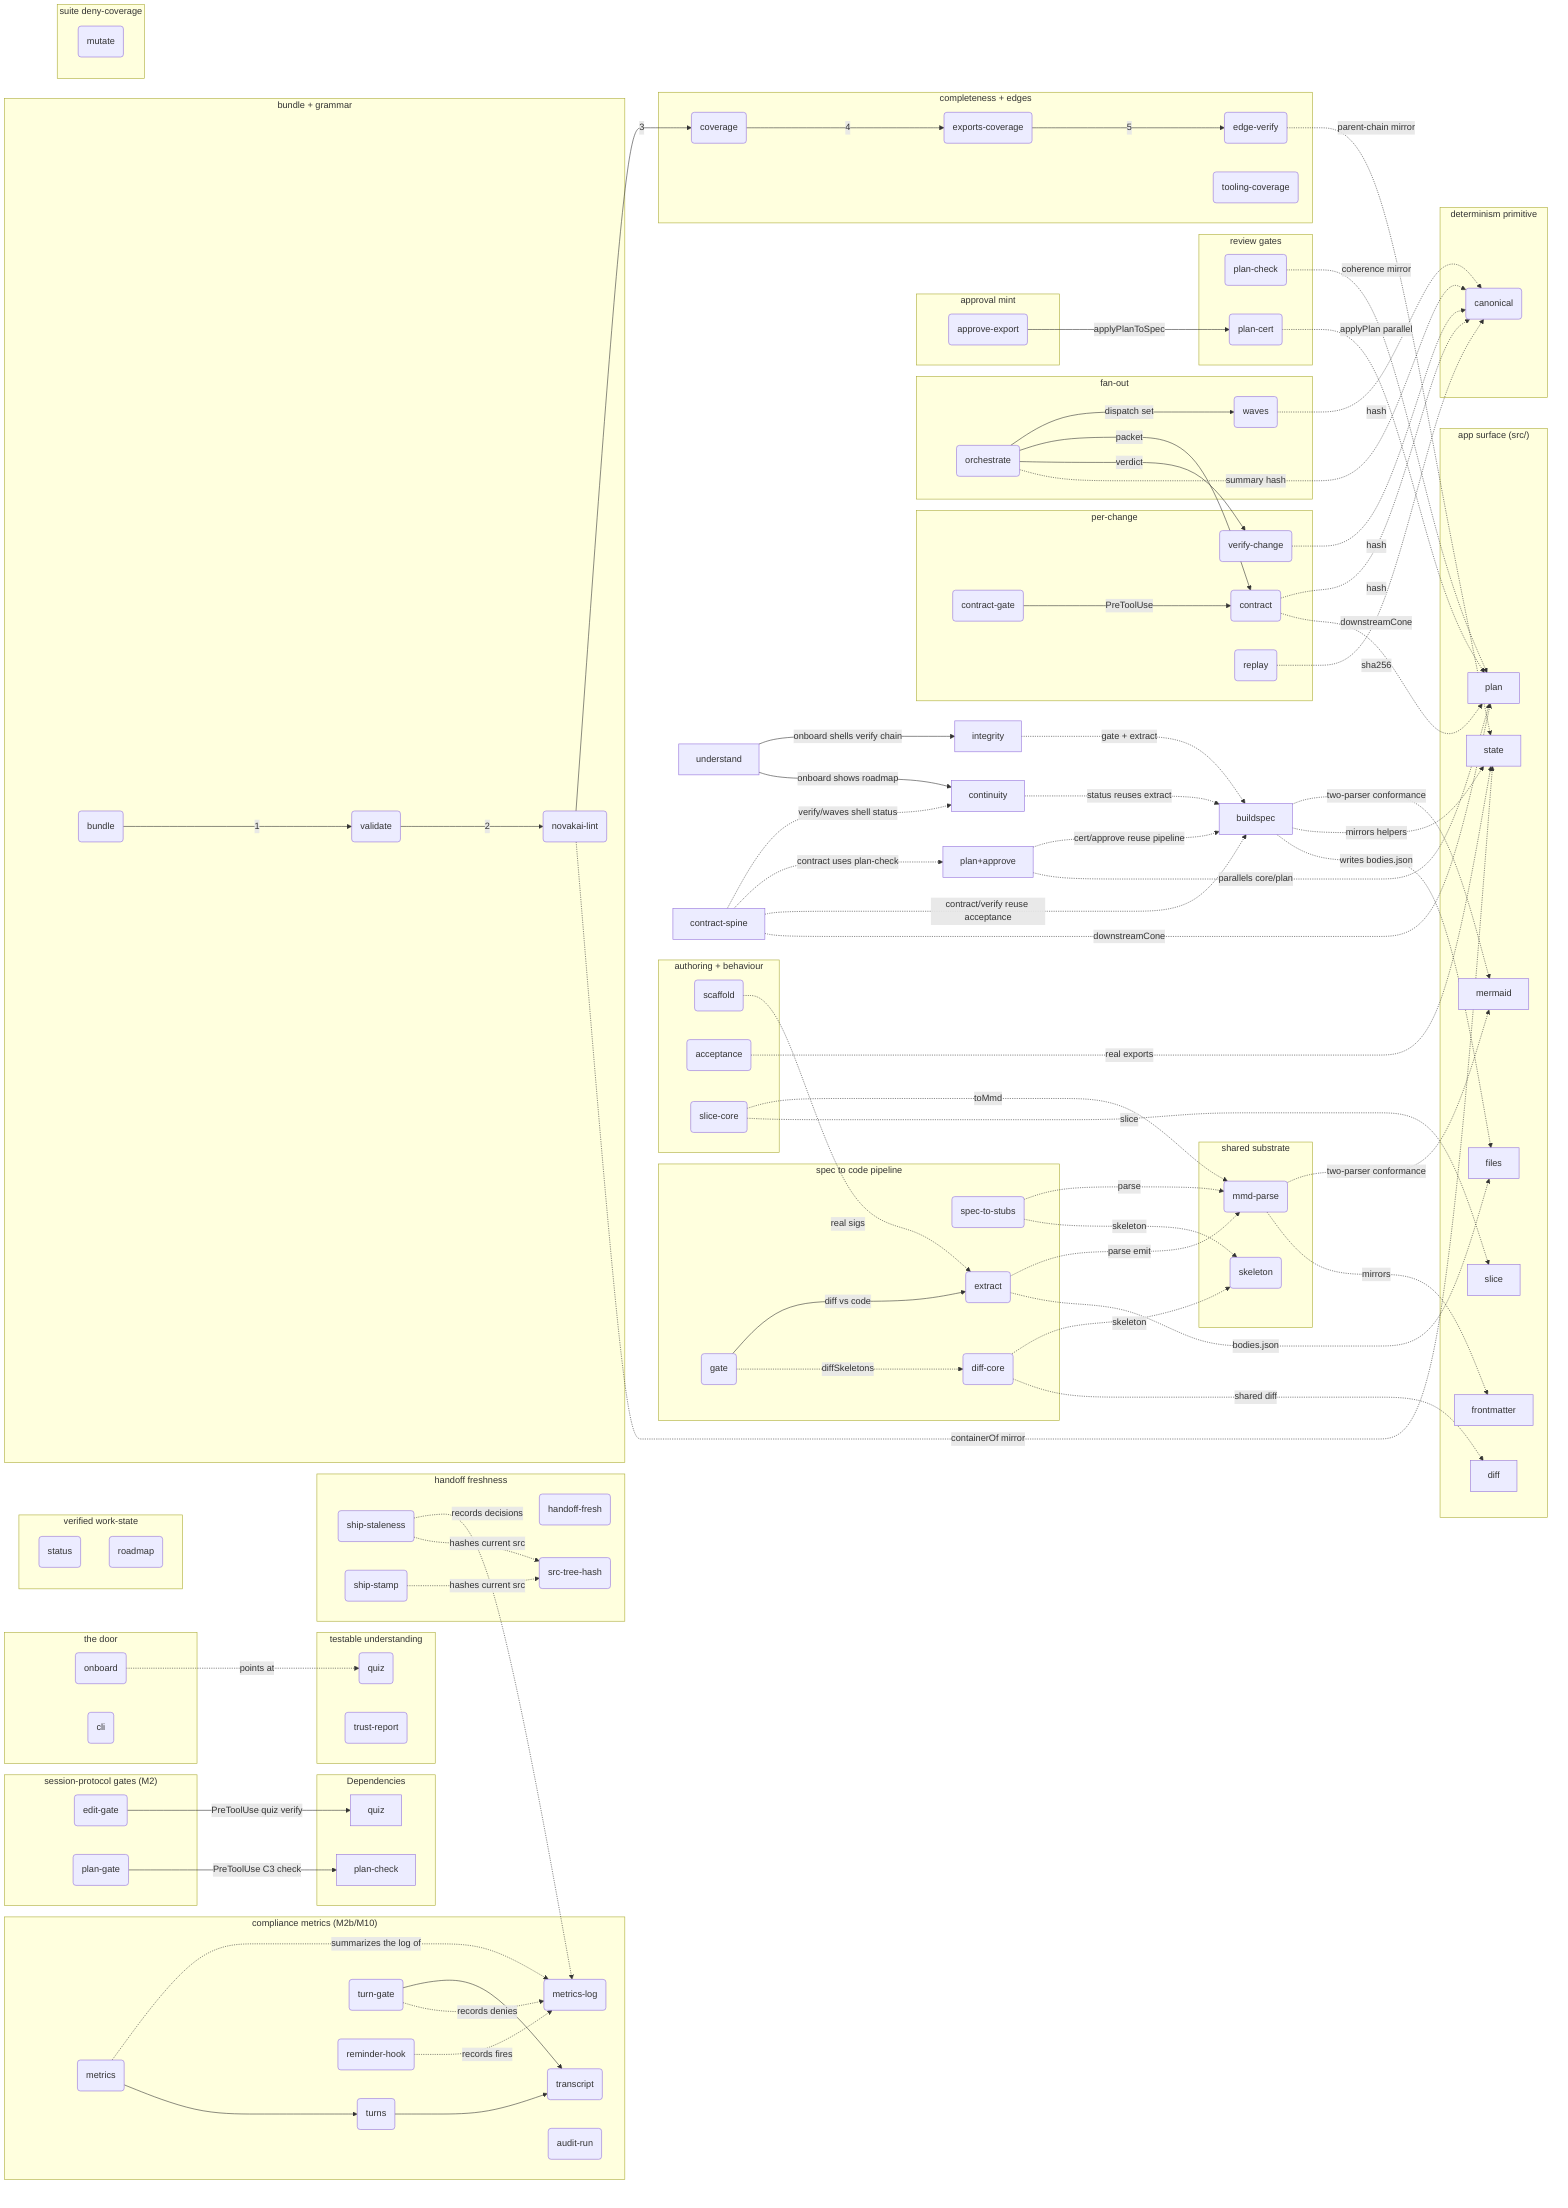
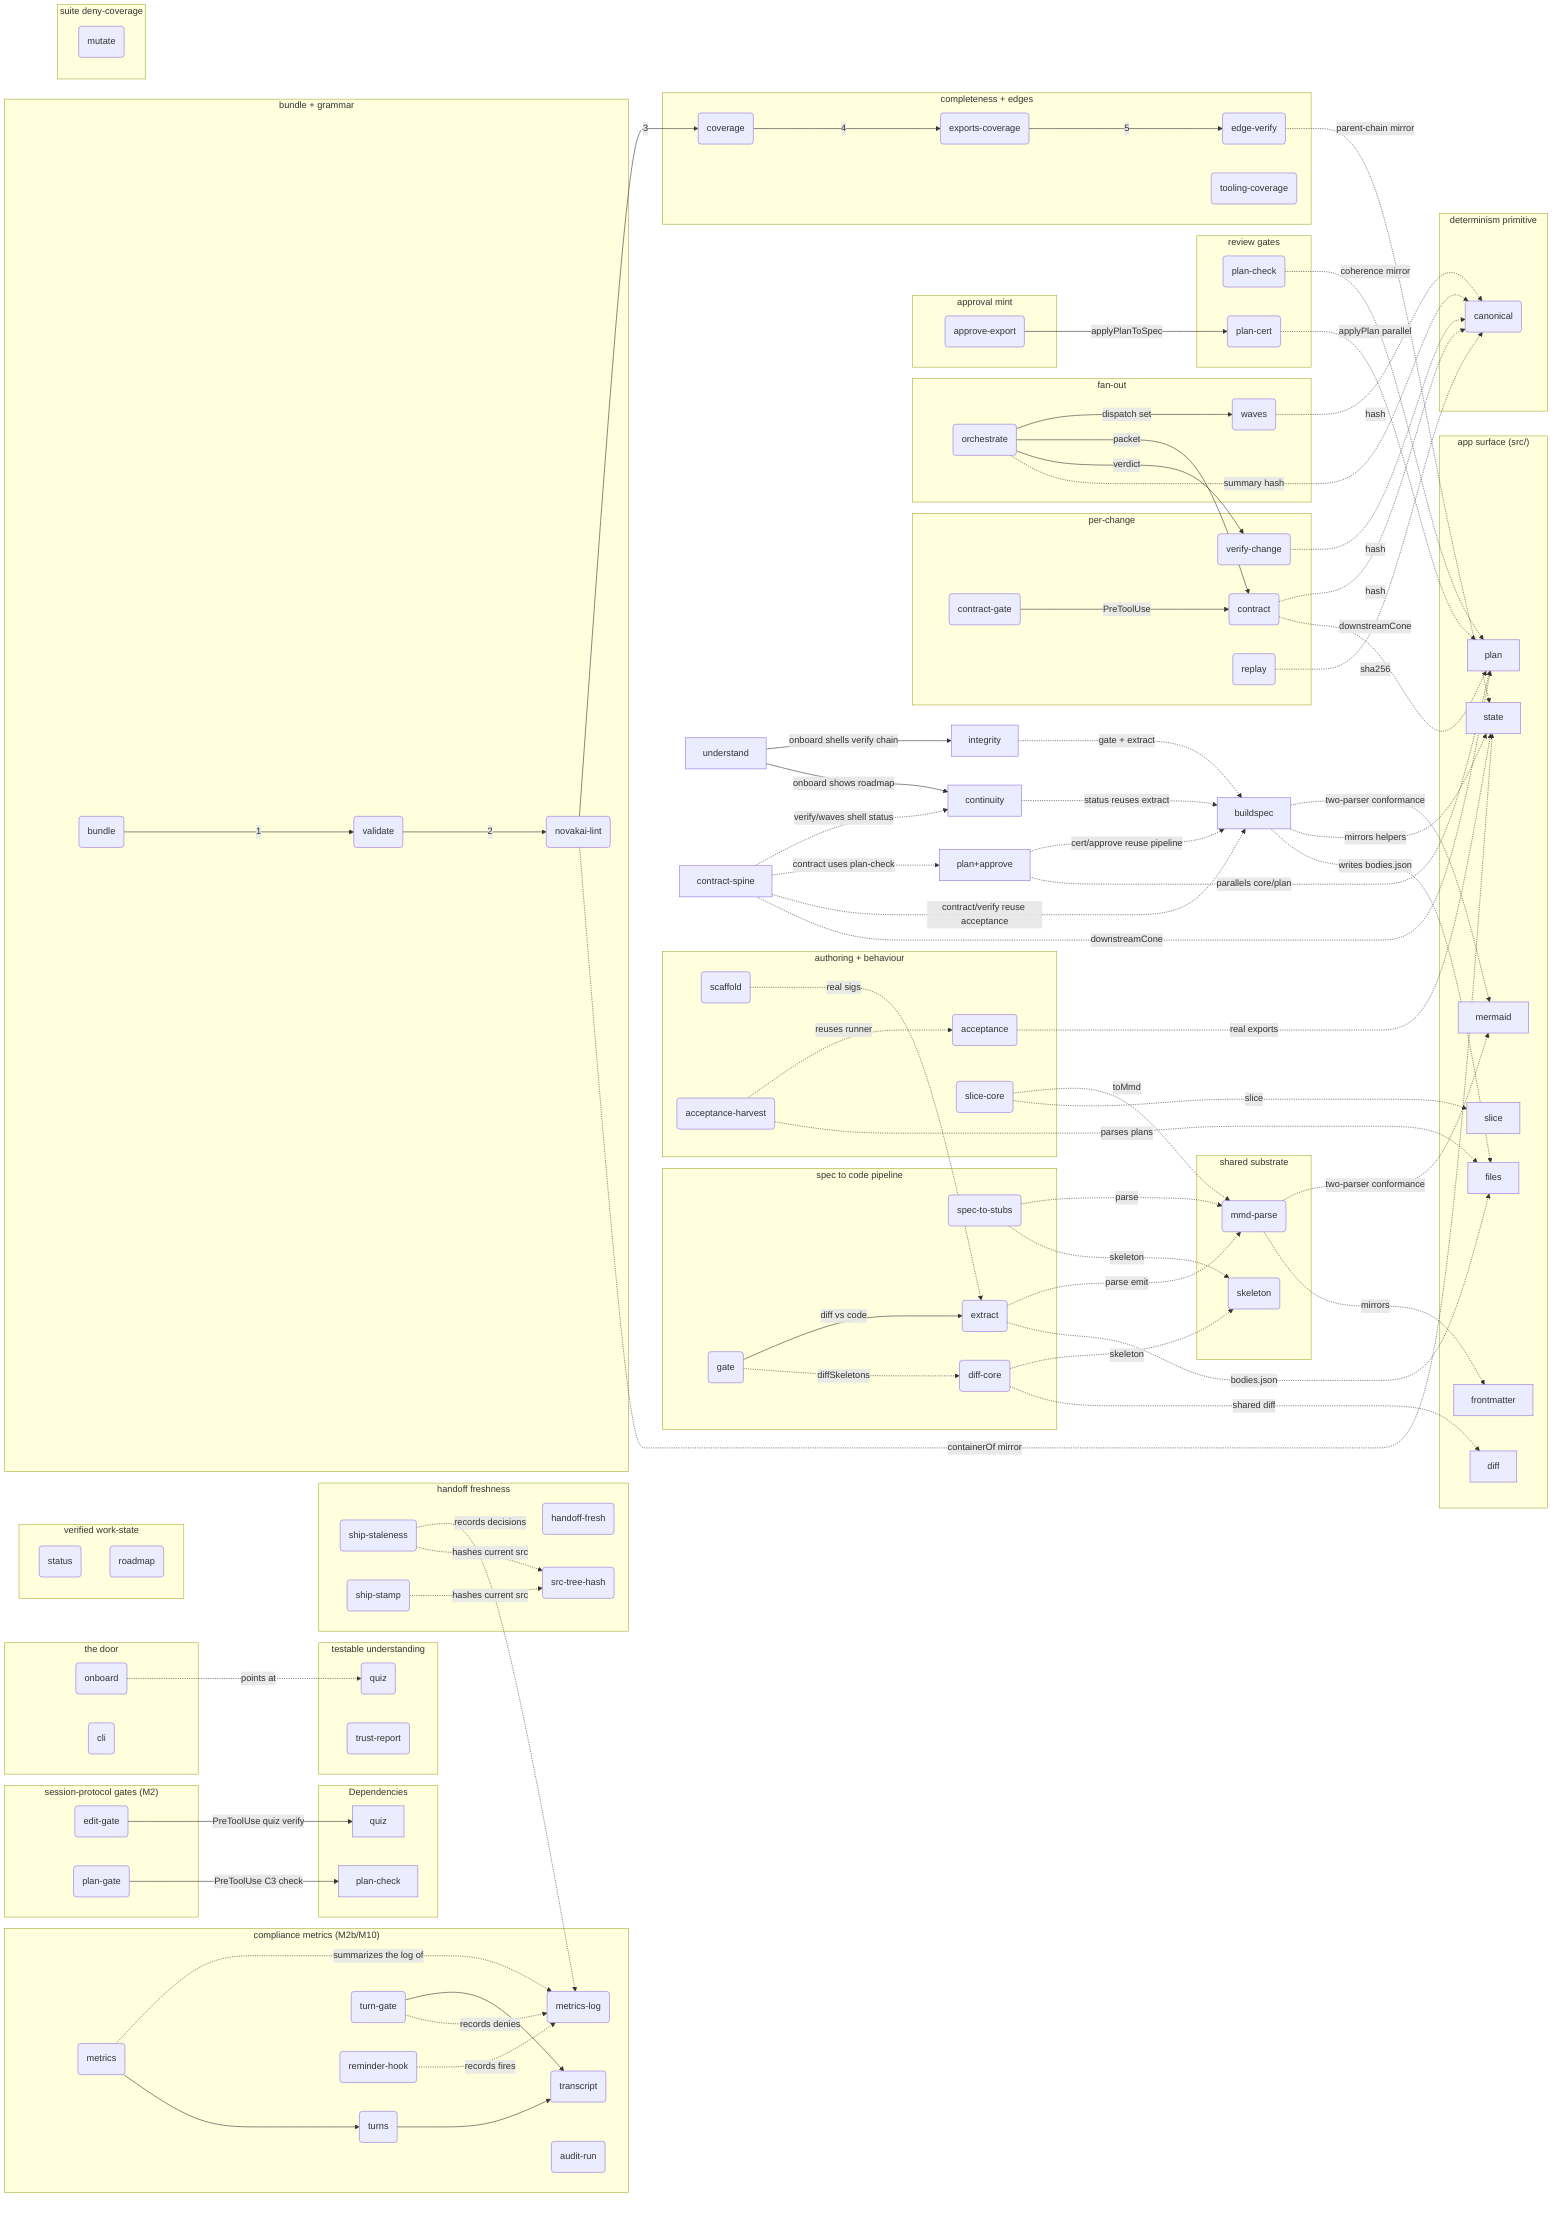
flowchart LR
%% AUTO-GENERATED BUNDLE — do not edit. Edit the per-folder fragments and re-bundle.
%% root novakaiBuildspec

%% fm:meta mermaid name=mermaid
%% fm:meta mermaid desc=app serializer/parser the tooling parser must agree with (two-parser conformance A3)
%% fm:meta frontmatter name=frontmatter
%% fm:meta frontmatter desc=app frontmatter model the tooling parser and skeleton mirror
%% fm:meta state name=state
%% fm:meta state desc=app model and geometry helpers the tooling mirrors and runs acceptance cases against
%% fm:meta files name=files
%% fm:meta files desc=app file IO that consumes the bodies.json the extractor writes
%% fm:meta diff name=diff
%% fm:meta diff desc=app semantic diff whose engine the tooling diff-core shares
%% fm:meta slice name=slice
%% fm:meta slice desc=app neighbourhood slice whose engine the tooling slice-core mirrors
%% fm:meta plan name=plan
%% fm:meta plan desc=app plan overlay model the tooling plan/cert/contract tools parallel and route into
%% fm:meta novakaiBuildspec__mmdParse name=mmd-parse
%% fm:meta novakaiBuildspec__mmdParse desc=zero-dep parser and serializer for the .mmd dialect every tool imports
%% fm:meta novakaiBuildspec__skeleton name=skeleton
%% fm:meta novakaiBuildspec__skeleton desc=canonical contract skeleton of a node plus all type normalization
%% fm:meta novakaiBuildspec__specToStubs name=spec-to-stubs
%% fm:meta novakaiBuildspec__specToStubs desc=step 1 emit TS stubs and contracts so interface drift becomes a tsc error
%% fm:meta novakaiBuildspec__extract name=extract
%% fm:meta novakaiBuildspec__extract desc=step 2 ts-morph walks src and re-serializes real code into a map plus bodies.json
%% fm:meta novakaiBuildspec__diffCore name=diff-core
%% fm:meta novakaiBuildspec__diffCore desc=pure structural diff between two skeleton maps categorizing every mismatch
%% fm:meta novakaiBuildspec__gate name=gate
%% fm:meta novakaiBuildspec__gate desc=step 3 diff committed spec against extracted code and exit non-zero on drift
%% fm:meta novakaiBuildspec__scaffold name=scaffold
%% fm:meta novakaiBuildspec__scaffold desc=author aid init backfill signatures and append plan nodes to fragments
%% fm:meta novakaiBuildspec__acceptance name=acceptance
%% fm:meta novakaiBuildspec__acceptance desc=Keystone 2 run behavioural cases against real src exports to prove correctness
+ %% fm:meta novakaiBuildspec__acceptanceHarvest name=acceptance-harvest
+ %% fm:meta novakaiBuildspec__acceptanceHarvest desc=J1 append-only corpus harvesting completed plans' acceptance cases into a durable behavioural regression net
%% fm:meta novakaiBuildspec__sliceCore name=slice-core
%% fm:meta novakaiBuildspec__sliceCore desc=pure model slicer reducing a parsed map to a seed node neighbourhood
%% fm:meta novakaiContractSpine__canonical name=canonical
%% fm:meta novakaiContractSpine__canonical desc=the determinism primitive key sorted JSON and sha256 so equality is a hash compare
%% fm:meta novakaiContractSpine__contract name=contract
%% fm:meta novakaiContractSpine__contract desc=emit a byte deterministic per change packet by routing blast radius source and coherence
%% fm:meta novakaiContractSpine__contractGate name=contract-gate
%% fm:meta novakaiContractSpine__contractGate desc=PreToolUse hook deny a spawn carrying a contract sentinel unless the contract resolves clean
%% fm:meta novakaiContractSpine__editGate name=edit-gate
%% fm:meta novakaiContractSpine__editGate desc=PreToolUse hook deny a src edit unless a quiz pass verifies against the current map bytes
%% fm:meta novakaiContractSpine__planGate name=plan-gate
%% fm:meta novakaiContractSpine__planGate desc=PreToolUse hook deny ExitPlanMode while the named or in flight plan fails coherence
%% fm:meta novakaiContractSpine__verifyChange name=verify-change
%% fm:meta novakaiContractSpine__verifyChange desc=fold structural and behavioural results into a data only verdict strict refuses over trust
%% fm:meta novakaiContractSpine__replay name=replay
%% fm:meta novakaiContractSpine__replay desc=determinism harness run a command N times and assert one stdout hash
%% fm:meta novakaiContractSpine__waves name=waves
%% fm:meta novakaiContractSpine__waves desc=topological wave partition of unbuilt changes with cycle detection for parallel dispatch
%% fm:meta novakaiContractSpine__orchestrate name=orchestrate
%% fm:meta novakaiContractSpine__orchestrate desc=the driver waves to per change worktree plus contract to verdict to canonical summary
%% fm:meta novakaiUnderstand__onboard name=onboard
%% fm:meta novakaiUnderstand__onboard desc=the single verifiable door shell the verify chain emit invariants print quiz and roadmap
%% fm:meta novakaiUnderstand__quiz name=quiz
%% fm:meta novakaiUnderstand__quiz desc=Keystone 1 generate structural questions and score answers against live re-derived keys
%% fm:meta novakaiUnderstand__trust name=trust-report
%% fm:meta novakaiUnderstand__trust desc=tier every claim verified advisory or unverified so readers know what is enforced
%% fm:meta novakaiUnderstand__cli name=cli
%% fm:meta novakaiUnderstand__cli desc=thin human dispatcher shelling verbs onboard plan contract verify ship status help to the existing npm scripts
%% fm:meta novakaiPlanApprove__planCheck name=plan-check
%% fm:meta novakaiPlanApprove__planCheck desc=C3 authoring coherence real ids acyclic deps valid parents coherent accepted set
%% fm:meta novakaiPlanApprove__planCert name=plan-cert
%% fm:meta novakaiPlanApprove__planCert desc=C2 dry-run certificate apply the plan and run generate tsc extract gate as a delta
%% fm:meta novakaiPlanApprove__approve name=approve-export
%% fm:meta novakaiPlanApprove__approve desc=E1 mint write approved map contracts filtered plan and checklist
%% fm:meta novakaiContinuity__status name=status
%% fm:meta novakaiContinuity__status desc=verified work-state compare a plan proposed signatures against live code built pending drifted missing
%% fm:meta novakaiContinuity__roadmap name=roadmap
%% fm:meta novakaiContinuity__roadmap desc=compute roadmap phase status from predicates and audit the no prose status ban
%% fm:meta novakaiContinuity__handoff name=handoff-fresh
%% fm:meta novakaiContinuity__handoff desc=detect when the handoff lags commits and falsify not yet committed prose claims
%% fm:meta novakaiContinuity__shipStaleness name=ship-staleness
%% fm:meta novakaiContinuity__shipStaleness desc=Stop hook block a session end while src content hash differs from the last recorded ship stamp
%% fm:meta novakaiContinuity__shipStamp name=ship-stamp
%% fm:meta novakaiContinuity__shipStamp desc=last step of novakai ship record the current src content hash to docs novakai ship-stamp.json
%% fm:meta novakaiContinuity__srcTreeHash name=src-tree-hash
%% fm:meta novakaiContinuity__srcTreeHash desc=git plumbing content hash of a directory working tree scratch index add write-tree no timestamps
%% fm:meta novakaiContinuity__metrics name=metrics
%% fm:meta novakaiContinuity__metrics desc=M2b summarize the compliance log into rates quiz gate ship cert unproven and wrap ship runs transparently
%% fm:meta novakaiContinuity__metricsLog name=metrics-log
%% fm:meta novakaiContinuity__metricsLog desc=fail silent JSONL emitter the gates quiz and verdict tools import logging may never change a decision
%% fm:meta novakaiContinuity__turns name=turns
%% fm:meta novakaiContinuity__turns desc=M10 measure turn discipline batch ratio cache read tokens subagent tokens tokens to first src edit over session transcripts
%% fm:meta novakaiContinuity__transcriptLib name=transcript
%% fm:meta novakaiContinuity__transcriptLib desc=shared Claude Code transcript parser dedupe assistant API calls by message id merge usage accumulate tool uses
%% fm:meta novakaiContinuity__turnGate name=turn-gate
%% fm:meta novakaiContinuity__turnGate desc=M10 force PreToolUse gate denies a streak of four or more consecutive single-read turns fails open on unreadable input one free retry marker
%% fm:meta novakaiContinuity__auditRun name=audit-run
%% fm:meta novakaiContinuity__auditRun desc=M10 read only forensic reconstruction of what ran in a session from immutable jsonl transcripts report only reconciliation against a run manifest never flips the exit code
%% fm:meta novakaiContinuity__reminderHook name=reminder-hook
%% fm:meta novakaiContinuity__reminderHook desc=PreToolUse hook throttled advisory reminder injection into main-agent context fail-open never emits decision or permissionDecision
%% fm:meta novakaiIntegrity__bundle name=bundle
%% fm:meta novakaiIntegrity__bundle desc=merge root plus every fragment into one bundle namespacing private ids
%% fm:meta novakaiIntegrity__validate name=validate
%% fm:meta novakaiIntegrity__validate desc=grammar gate one header unique ids every reference resolves one kind per node
%% fm:meta novakaiIntegrity__lint name=novakai-lint
%% fm:meta novakaiIntegrity__lint desc=architecture altitude gate fail on flat file-mirror or unsectioned loose bag
%% fm:meta novakaiIntegrity__coverage name=coverage
%% fm:meta novakaiIntegrity__coverage desc=file completeness guard every source file is represented or has a fragment
%% fm:meta novakaiIntegrity__exports name=exports-coverage
%% fm:meta novakaiIntegrity__exports desc=symbol completeness guard every exported symbol is a node or audited entry
%% fm:meta novakaiIntegrity__edges name=edge-verify
%% fm:meta novakaiIntegrity__edges desc=edge integrity guard every edge is import backed intra file or audited advisory
%% fm:meta novakaiIntegrity__toolingCoverage name=tooling-coverage
%% fm:meta novakaiIntegrity__toolingCoverage desc=completeness plus symbol truth guard for the tooling map itself
%% fm:meta novakaiIntegrity__mutate name=mutate
%% fm:meta novakaiIntegrity__mutate desc=mutation harness apply corpus defects in isolated HEAD worktrees and assert the suite reacts as the corpus expects

%% kind novakaiBuildspec module
%% kind novakaiIntegrity module
%% kind novakaiUnderstand module
%% kind novakaiContinuity module
%% kind novakaiPlanApprove module
%% kind novakaiContractSpine module
%% kind mermaid module
%% kind frontmatter module
%% kind state module
%% kind files module
%% kind diff module
%% kind slice module
%% kind plan module
%% kind novakaiBuildspec__mmdParse module
%% kind novakaiBuildspec__skeleton module
%% kind novakaiBuildspec__specToStubs service
%% kind novakaiBuildspec__extract service
%% kind novakaiBuildspec__diffCore module
%% kind novakaiBuildspec__gate service
%% kind novakaiBuildspec__scaffold service
%% kind novakaiBuildspec__acceptance service
+ %% kind novakaiBuildspec__acceptanceHarvest service
%% kind novakaiBuildspec__sliceCore module
%% kind novakaiContractSpine__canonical module
%% kind novakaiContractSpine__contract service
%% kind novakaiContractSpine__contractGate service
%% kind novakaiContractSpine__editGate service
%% kind novakaiContractSpine__planGate service
%% kind novakaiContractSpine__verifyChange service
%% kind novakaiContractSpine__replay service
%% kind novakaiContractSpine__waves service
%% kind novakaiContractSpine__orchestrate service
%% kind novakaiUnderstand__onboard service
%% kind novakaiUnderstand__quiz service
%% kind novakaiUnderstand__trust service
%% kind novakaiUnderstand__cli service
%% kind novakaiPlanApprove__planCheck service
%% kind novakaiPlanApprove__planCert service
%% kind novakaiPlanApprove__approve service
%% kind novakaiContinuity__status service
%% kind novakaiContinuity__roadmap service
%% kind novakaiContinuity__handoff service
%% kind novakaiContinuity__shipStaleness service
%% kind novakaiContinuity__shipStamp service
%% kind novakaiContinuity__srcTreeHash module
%% kind novakaiContinuity__metrics service
%% kind novakaiContinuity__metricsLog module
%% kind novakaiContinuity__turns service
%% kind novakaiContinuity__transcriptLib module
%% kind novakaiContinuity__turnGate service
%% kind novakaiContinuity__auditRun service
%% kind novakaiContinuity__reminderHook service
%% kind novakaiIntegrity__bundle service
%% kind novakaiIntegrity__validate service
%% kind novakaiIntegrity__lint service
%% kind novakaiIntegrity__coverage service
%% kind novakaiIntegrity__exports service
%% kind novakaiIntegrity__edges service
%% kind novakaiIntegrity__toolingCoverage service
%% kind novakaiIntegrity__mutate service
%% parent novakaiBuildspec__bs_substrate novakaiBuildspec
%% parent novakaiBuildspec__bs_pipeline novakaiBuildspec
%% parent novakaiBuildspec__bs_aids novakaiBuildspec
%% parent novakaiContractSpine__cs_prim novakaiContractSpine
%% parent novakaiContractSpine__cs_change novakaiContractSpine
%% parent novakaiContractSpine__cs_fanout novakaiContractSpine
%% parent novakaiContractSpine__cs_protocol novakaiContractSpine
%% parent novakaiUnderstand__un_door novakaiUnderstand
%% parent novakaiUnderstand__un_prove novakaiUnderstand
%% parent novakaiPlanApprove__pa_gates novakaiPlanApprove
%% parent novakaiPlanApprove__pa_mint novakaiPlanApprove
%% parent novakaiContinuity__co_state novakaiContinuity
%% parent novakaiContinuity__co_handoff novakaiContinuity
%% parent novakaiContinuity__co_metrics novakaiContinuity
%% parent novakaiIntegrity__in_build novakaiIntegrity
%% parent novakaiIntegrity__in_complete novakaiIntegrity
%% parent novakaiIntegrity__in_suite novakaiIntegrity
%% src novakaiBuildspec__mmdParse tools/buildspec/core/mmd-parse.mjs#parseMmd
%% src novakaiBuildspec__skeleton tools/buildspec/core/skeleton.mjs#specSkeleton
%% src novakaiBuildspec__specToStubs tools/buildspec/pipeline/spec-to-stubs.mjs#generate
%% src novakaiBuildspec__extract tools/buildspec/pipeline/extract.mjs#extract
%% src novakaiBuildspec__diffCore tools/buildspec/core/diff-core.mjs#diffSkeletons
%% src novakaiBuildspec__gate tools/buildspec/pipeline/gate.mjs
%% src novakaiBuildspec__scaffold tools/buildspec/scaffold/scaffold.mjs#addFromPlan
%% src novakaiBuildspec__acceptance tools/buildspec/acceptance/acceptance.mjs#runAcceptance
+ %% src novakaiBuildspec__acceptanceHarvest tools/buildspec/acceptance/harvest-corpus.mjs#harvest
%% src novakaiBuildspec__sliceCore tools/buildspec/core/slice-core.mjs#sliceModel
%% src novakaiContractSpine__canonical tools/novakai/lib/canonical.mjs#canonicalize
%% src novakaiContractSpine__contract tools/novakai/contract/contract.mjs
%% src novakaiContractSpine__contractGate tools/novakai/gates/contract-gate.mjs
%% src novakaiContractSpine__editGate tools/novakai/gates/edit-gate.mjs
%% src novakaiContractSpine__planGate tools/novakai/gates/plan-gate.mjs
%% src novakaiContractSpine__verifyChange tools/novakai/contract/verify-change.mjs
%% src novakaiContractSpine__replay tools/novakai/contract/replay.mjs
%% src novakaiContractSpine__waves tools/novakai/contract/waves.mjs
%% src novakaiContractSpine__orchestrate tools/novakai/contract/orchestrate.mjs
%% src novakaiUnderstand__onboard tools/novakai/onboard/onboard.mjs
%% src novakaiUnderstand__quiz tools/novakai/onboard/quiz.mjs
%% src novakaiUnderstand__trust tools/novakai/verify/trust-report.mjs
%% src novakaiUnderstand__cli tools/novakai/cli.mjs
%% src novakaiPlanApprove__planCheck tools/novakai/plan/plan-check.mjs#checkPlan
%% src novakaiPlanApprove__planCert tools/novakai/plan/plan-cert.mjs#certifyPlan
%% src novakaiPlanApprove__approve tools/novakai/plan/approve-export.mjs#approveExport
%% src novakaiContinuity__status tools/novakai/status/status.mjs
%% src novakaiContinuity__roadmap tools/novakai/status/roadmap.mjs
%% src novakaiContinuity__handoff tools/novakai/status/handoff-fresh.mjs#checkContentClaims
%% src novakaiContinuity__shipStaleness tools/novakai/gates/ship-staleness.mjs
%% src novakaiContinuity__shipStamp tools/novakai/verify/ship-stamp.mjs
%% src novakaiContinuity__srcTreeHash tools/novakai/lib/src-tree-hash.mjs#srcTreeHash
%% src novakaiContinuity__metrics tools/novakai/status/metrics.mjs
%% src novakaiContinuity__metricsLog tools/novakai/lib/metrics-log.mjs#recordEvent
%% src novakaiContinuity__turns tools/novakai/status/turns.mjs
%% src novakaiContinuity__transcriptLib tools/novakai/lib/transcript.mjs#parseTranscript
%% src novakaiContinuity__turnGate tools/novakai/gates/turn-gate.mjs
%% src novakaiContinuity__auditRun tools/novakai/audit/audit-run.mjs
%% src novakaiContinuity__reminderHook tools/novakai/gates/reminder-hook.mjs
%% src novakaiIntegrity__bundle tools/novakai/verify/bundle.mjs
%% src novakaiIntegrity__validate tools/novakai/verify/validate.mjs
%% src novakaiIntegrity__lint tools/novakai/verify/novakai-lint.mjs#lint
%% src novakaiIntegrity__coverage tools/novakai/verify/coverage.mjs
%% src novakaiIntegrity__exports tools/novakai/verify/exports-coverage.mjs
%% src novakaiIntegrity__edges tools/novakai/verify/edge-verify.mjs#verifyEdges
%% src novakaiIntegrity__toolingCoverage tools/novakai/verify/tooling-coverage.mjs
%% src novakaiIntegrity__mutate tools/novakai/verify/mutate.mjs

  novakaiBuildspec["buildspec"]
  novakaiIntegrity["integrity"]
  novakaiUnderstand["understand"]
  novakaiContinuity["continuity"]
  novakaiPlanApprove["plan+approve"]
  novakaiContractSpine["contract-spine"]
  subgraph AppSurface ["app surface (src/)"]
    mermaid["mermaid"]
    frontmatter["frontmatter"]
    state["state"]
    files["files"]
    diff["diff"]
    slice["slice"]
    plan["plan"]
  end
  %% ---- subsystem-level flow (the loop) ----
  %% ---- tooling -> app surface (the blast radius) ----

  subgraph novakaiBuildspec__bs_substrate ["shared substrate"]
    novakaiBuildspec__mmdParse("mmd-parse")
    novakaiBuildspec__skeleton("skeleton")
  end
  subgraph novakaiBuildspec__bs_pipeline ["spec to code pipeline"]
    novakaiBuildspec__specToStubs("spec-to-stubs")
    novakaiBuildspec__extract("extract")
    novakaiBuildspec__gate("gate")
    novakaiBuildspec__diffCore("diff-core")
  end
  subgraph novakaiBuildspec__bs_aids ["authoring + behaviour"]
    novakaiBuildspec__scaffold("scaffold")
    novakaiBuildspec__acceptance("acceptance")
+     novakaiBuildspec__acceptanceHarvest("acceptance-harvest")
    novakaiBuildspec__sliceCore("slice-core")
  end

  subgraph novakaiContractSpine__cs_prim ["determinism primitive"]
    novakaiContractSpine__canonical("canonical")
  end
  subgraph novakaiContractSpine__cs_change ["per-change"]
    novakaiContractSpine__contract("contract")
    novakaiContractSpine__contractGate("contract-gate")
    novakaiContractSpine__verifyChange("verify-change")
    novakaiContractSpine__replay("replay")
  end
  subgraph novakaiContractSpine__cs_fanout ["fan-out"]
    novakaiContractSpine__waves("waves")
    novakaiContractSpine__orchestrate("orchestrate")
  end
  subgraph novakaiContractSpine__cs_protocol ["session-protocol gates (M2)"]
    novakaiContractSpine__editGate("edit-gate")
    novakaiContractSpine__planGate("plan-gate")
  end
  subgraph novakaiContractSpine__Deps ["Dependencies"]
    novakaiContractSpine__quiz["quiz"]
    novakaiContractSpine__planCheck["plan-check"]
  end

  subgraph novakaiUnderstand__un_door ["the door"]
    novakaiUnderstand__onboard("onboard")
    novakaiUnderstand__cli("cli")
  end
  subgraph novakaiUnderstand__un_prove ["testable understanding"]
    novakaiUnderstand__quiz("quiz")
    novakaiUnderstand__trust("trust-report")
  end

  subgraph novakaiPlanApprove__pa_gates ["review gates"]
    novakaiPlanApprove__planCheck("plan-check")
    novakaiPlanApprove__planCert("plan-cert")
  end
  subgraph novakaiPlanApprove__pa_mint ["approval mint"]
    novakaiPlanApprove__approve("approve-export")
  end

  subgraph novakaiContinuity__co_state ["verified work-state"]
    novakaiContinuity__status("status")
    novakaiContinuity__roadmap("roadmap")
  end
  subgraph novakaiContinuity__co_handoff ["handoff freshness"]
    novakaiContinuity__handoff("handoff-fresh")
    novakaiContinuity__shipStaleness("ship-staleness")
    novakaiContinuity__shipStamp("ship-stamp")
    novakaiContinuity__srcTreeHash("src-tree-hash")
  end
  subgraph novakaiContinuity__co_metrics ["compliance metrics (M2b/M10)"]
    novakaiContinuity__metrics("metrics")
    novakaiContinuity__metricsLog("metrics-log")
    novakaiContinuity__turns("turns")
    novakaiContinuity__transcriptLib("transcript")
    novakaiContinuity__turnGate("turn-gate")
    novakaiContinuity__reminderHook("reminder-hook")
    novakaiContinuity__auditRun("audit-run")
  end

  subgraph novakaiIntegrity__in_build ["bundle + grammar"]
    novakaiIntegrity__bundle("bundle")
    novakaiIntegrity__validate("validate")
    novakaiIntegrity__lint("novakai-lint")
  end
  subgraph novakaiIntegrity__in_complete ["completeness + edges"]
    novakaiIntegrity__coverage("coverage")
    novakaiIntegrity__exports("exports-coverage")
    novakaiIntegrity__edges("edge-verify")
    novakaiIntegrity__toolingCoverage("tooling-coverage")
  end
  subgraph novakaiIntegrity__in_suite ["suite deny-coverage"]
    novakaiIntegrity__mutate("mutate")
  end

  novakaiUnderstand -->|onboard shells verify chain| novakaiIntegrity
  novakaiUnderstand -->|onboard shows roadmap| novakaiContinuity
  novakaiIntegrity -.->|gate + extract| novakaiBuildspec
  novakaiContinuity -.->|status reuses extract| novakaiBuildspec
  novakaiPlanApprove -.->|cert/approve reuse pipeline| novakaiBuildspec
  novakaiContractSpine -.->|verify/waves shell status| novakaiContinuity
  novakaiContractSpine -.->|contract uses plan-check| novakaiPlanApprove
  novakaiContractSpine -.->|contract/verify reuse acceptance| novakaiBuildspec
  novakaiBuildspec -.->|two-parser conformance| mermaid
  novakaiBuildspec -.->|mirrors helpers| state
  novakaiBuildspec -.->|writes bodies.json| files
  novakaiPlanApprove -.->|parallels core/plan| plan
  novakaiContractSpine -.->|downstreamCone| plan
  novakaiBuildspec__gate -->|diff vs code| novakaiBuildspec__extract
  novakaiBuildspec__gate -.->|diffSkeletons| novakaiBuildspec__diffCore
  novakaiBuildspec__diffCore -.->|skeleton| novakaiBuildspec__skeleton
  novakaiBuildspec__extract -.->|parse emit| novakaiBuildspec__mmdParse
  novakaiBuildspec__specToStubs -.->|parse| novakaiBuildspec__mmdParse
  novakaiBuildspec__specToStubs -.->|skeleton| novakaiBuildspec__skeleton
  novakaiBuildspec__scaffold -.->|real sigs| novakaiBuildspec__extract
  novakaiBuildspec__sliceCore -.->|toMmd| novakaiBuildspec__mmdParse
  novakaiBuildspec__mmdParse -.->|two-parser conformance| mermaid
  novakaiBuildspec__mmdParse -.->|mirrors| frontmatter
  novakaiBuildspec__extract -.->|bodies.json| files
  novakaiBuildspec__acceptance -.->|real exports| state
+   novakaiBuildspec__acceptanceHarvest -.->|reuses runner| novakaiBuildspec__acceptance
+   novakaiBuildspec__acceptanceHarvest -.->|parses plans| files
  novakaiBuildspec__diffCore -.->|shared diff| diff
  novakaiBuildspec__sliceCore -.->|slice| slice
  novakaiContractSpine__contractGate -->|PreToolUse| novakaiContractSpine__contract
  novakaiContractSpine__editGate -->|PreToolUse quiz verify| novakaiContractSpine__quiz
  novakaiContractSpine__planGate -->|PreToolUse C3 check| novakaiContractSpine__planCheck
  novakaiContractSpine__orchestrate -->|dispatch set| novakaiContractSpine__waves
  novakaiContractSpine__orchestrate -->|packet| novakaiContractSpine__contract
  novakaiContractSpine__orchestrate -->|verdict| novakaiContractSpine__verifyChange
  novakaiContractSpine__contract -.->|hash| novakaiContractSpine__canonical
  novakaiContractSpine__verifyChange -.->|hash| novakaiContractSpine__canonical
  novakaiContractSpine__replay -.->|sha256| novakaiContractSpine__canonical
  novakaiContractSpine__waves -.->|hash| novakaiContractSpine__canonical
  novakaiContractSpine__orchestrate -.->|summary hash| novakaiContractSpine__canonical
  novakaiContractSpine__contract -.->|downstreamCone| plan
  novakaiUnderstand__onboard -.->|points at| novakaiUnderstand__quiz
  novakaiPlanApprove__approve -->|applyPlanToSpec| novakaiPlanApprove__planCert
  novakaiPlanApprove__planCheck -.->|coherence mirror| plan
  novakaiPlanApprove__planCert -.->|applyPlan parallel| plan
  novakaiContinuity__metrics -.->|summarizes the log of| novakaiContinuity__metricsLog
  novakaiContinuity__shipStaleness -.->|records decisions| novakaiContinuity__metricsLog
  novakaiContinuity__shipStaleness -.->|hashes current src| novakaiContinuity__srcTreeHash
  novakaiContinuity__shipStamp -.->|hashes current src| novakaiContinuity__srcTreeHash
  novakaiContinuity__metrics --> novakaiContinuity__turns
  novakaiContinuity__turns --> novakaiContinuity__transcriptLib
  novakaiContinuity__turnGate --> novakaiContinuity__transcriptLib
  novakaiContinuity__turnGate -.->|records denies| novakaiContinuity__metricsLog
  novakaiContinuity__reminderHook -.->|records fires| novakaiContinuity__metricsLog
  novakaiIntegrity__bundle -->|1| novakaiIntegrity__validate
  novakaiIntegrity__validate -->|2| novakaiIntegrity__lint
  novakaiIntegrity__lint -->|3| novakaiIntegrity__coverage
  novakaiIntegrity__coverage -->|4| novakaiIntegrity__exports
  novakaiIntegrity__exports -->|5| novakaiIntegrity__edges
  novakaiIntegrity__lint -.->|containerOf mirror| state
  novakaiIntegrity__edges -.->|parent-chain mirror| state
